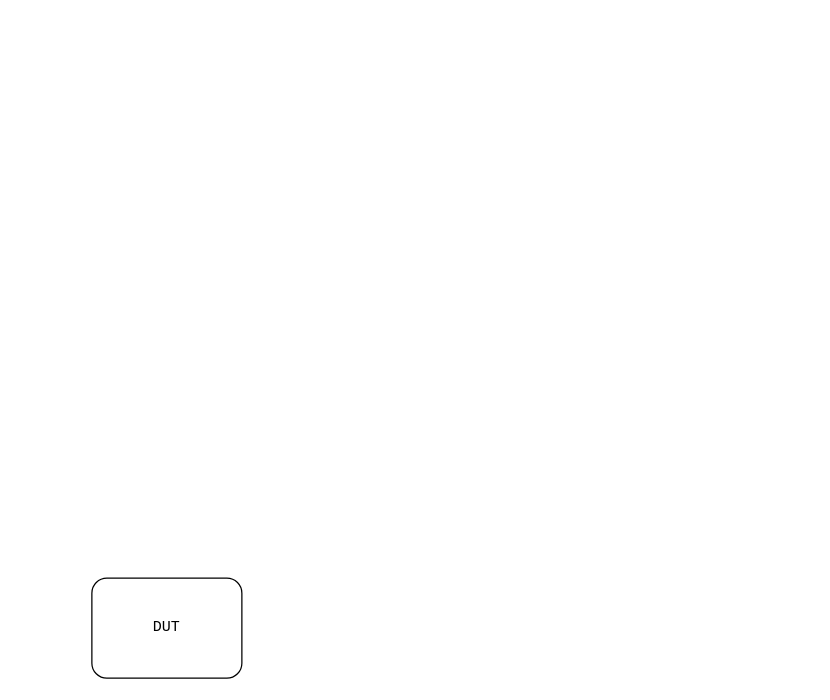
Above: page "Page-2" (2 of 2) of docs/guide/media/avalon-st.drawio in yarko18/fpga-verification (draw.io), before the change. Source tidied: cells renumbered, new cells numbered last; positions are measured from the earlier drawing's top-left corner, leaving out a move shared by most shapes. Both pictures are drawn from the tidied source at 125%, with x=0, y=0 at pixel (91, 578).
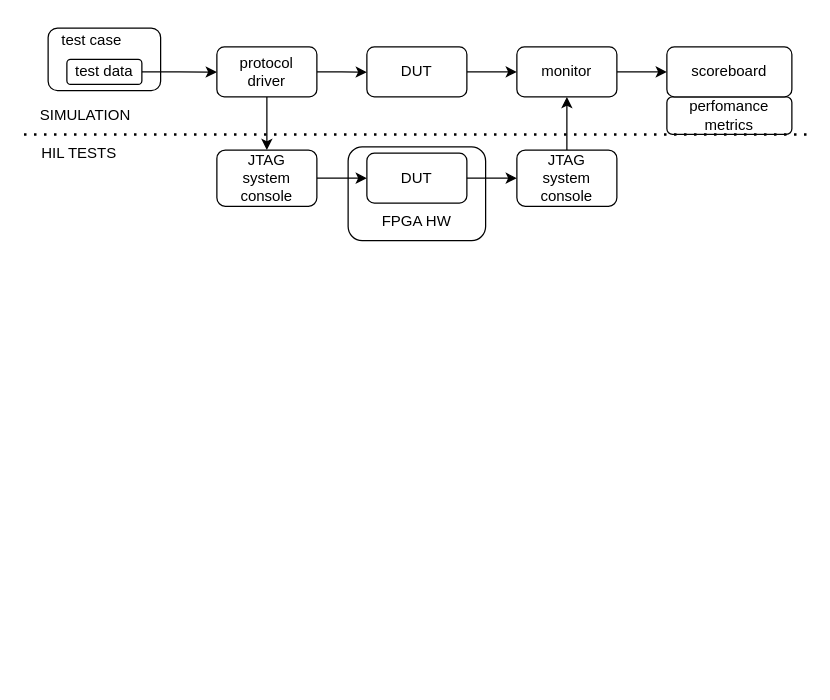
After the change.

Change to the diagram source:
```diff
@@
-    <mxCell id="2" value="&lt;pre id=&quot;__code_0&quot;&gt;&lt;code class=&quot;language-text&quot;&gt;&lt;pre id=&quot;__code_0&quot;&gt;DUT&lt;/pre&gt;&lt;/code&gt;&lt;/pre&gt;" style="rounded=1;whiteSpace=wrap;html=1;" parent="1" vertex="1">
-      <mxGeometry width="120" height="80" as="geometry" />
-    </mxCell>
+    <mxCell id="3" value="&lt;div&gt;&lt;br&gt;&lt;/div&gt;&lt;div&gt;&lt;br&gt;&lt;/div&gt;&lt;div&gt;&lt;br&gt;&lt;/div&gt;FPGA HW" style="rounded=1;whiteSpace=wrap;html=1;" parent="1" vertex="1">
+      <mxGeometry x="205" y="-345" width="110" height="75" as="geometry" />
+    </mxCell>
+    <mxCell id="4" style="rounded=1;whiteSpace=wrap;html=1;" parent="1" vertex="1">
+      <mxGeometry x="-35" y="-440" width="90" height="50" as="geometry" />
+    </mxCell>
+    <mxCell id="5" style="edgeStyle=orthogonalEdgeStyle;rounded=0;jettySize=auto;html=1;exitX=1;exitY=0.5;exitDx=0;exitDy=0;" parent="1" edge="1" source="6">
+      <mxGeometry relative="1" as="geometry">
+        <mxPoint x="100" y="-404.8" as="targetPoint" />
+      </mxGeometry>
+    </mxCell>
+    <mxCell id="6" value="test data" style="rounded=1;whiteSpace=wrap;html=1;" parent="1" vertex="1">
+      <mxGeometry x="-20" y="-415" width="60" height="20" as="geometry" />
+    </mxCell>
+    <mxCell id="7" value="test case" style="text;html=1;whiteSpace=wrap;strokeColor=none;fillColor=none;align=center;verticalAlign=middle;rounded=0;" parent="1" vertex="1">
+      <mxGeometry x="-30" y="-445" width="60" height="30" as="geometry" />
+    </mxCell>
+    <mxCell id="8" style="edgeStyle=orthogonalEdgeStyle;rounded=0;jettySize=auto;html=1;exitX=1;exitY=0.5;exitDx=0;exitDy=0;" parent="1" edge="1" source="9">
+      <mxGeometry relative="1" as="geometry">
+        <mxPoint x="220" y="-404.8" as="targetPoint" />
+      </mxGeometry>
+    </mxCell>
+    <mxCell id="9" value="protocol&lt;div&gt;driver&lt;/div&gt;" style="rounded=1;whiteSpace=wrap;html=1;" parent="1" vertex="1">
+      <mxGeometry x="100" y="-425" width="80" height="40" as="geometry" />
+    </mxCell>
+    <mxCell id="10" style="edgeStyle=orthogonalEdgeStyle;rounded=0;jettySize=auto;html=1;exitX=1;exitY=0.5;exitDx=0;exitDy=0;entryX=0;entryY=0.5;entryDx=0;entryDy=0;" parent="1" edge="1" source="11" target="13">
+      <mxGeometry relative="1" as="geometry" />
+    </mxCell>
+    <mxCell id="11" value="DUT" style="rounded=1;whiteSpace=wrap;html=1;" parent="1" vertex="1">
+      <mxGeometry x="220" y="-425" width="80" height="40" as="geometry" />
+    </mxCell>
+    <mxCell id="12" style="edgeStyle=orthogonalEdgeStyle;rounded=0;jettySize=auto;html=1;exitX=1;exitY=0.5;exitDx=0;exitDy=0;entryX=0;entryY=0.5;entryDx=0;entryDy=0;" parent="1" edge="1" source="13">
+      <mxGeometry relative="1" as="geometry">
+        <mxPoint x="460" y="-405" as="targetPoint" />
+      </mxGeometry>
+    </mxCell>
+    <mxCell id="13" value="monitor" style="rounded=1;whiteSpace=wrap;html=1;" parent="1" vertex="1">
+      <mxGeometry x="340" y="-425" width="80" height="40" as="geometry" />
+    </mxCell>
+    <mxCell id="14" value="perfomance metrics" style="rounded=1;whiteSpace=wrap;html=1;" parent="1" vertex="1">
+      <mxGeometry x="460" y="-385" width="100" height="30" as="geometry" />
+    </mxCell>
+    <mxCell id="15" value="scoreboard" style="rounded=1;whiteSpace=wrap;html=1;" parent="1" vertex="1">
+      <mxGeometry x="460" y="-425" width="100" height="40" as="geometry" />
+    </mxCell>
+    <mxCell id="16" style="edgeStyle=orthogonalEdgeStyle;rounded=0;jettySize=auto;html=1;entryX=0.5;entryY=0;entryDx=0;entryDy=0;" parent="1" edge="1" source="9" target="18">
+      <mxGeometry relative="1" as="geometry" />
+    </mxCell>
+    <mxCell id="17" style="edgeStyle=orthogonalEdgeStyle;rounded=0;jettySize=auto;html=1;exitX=1;exitY=0.5;exitDx=0;exitDy=0;entryX=0;entryY=0.5;entryDx=0;entryDy=0;" parent="1" edge="1" source="18" target="19">
+      <mxGeometry relative="1" as="geometry" />
+    </mxCell>
+    <mxCell id="18" value="JTAG&lt;div&gt;system console&lt;/div&gt;" style="rounded=1;whiteSpace=wrap;html=1;" parent="1" vertex="1">
+      <mxGeometry x="100" y="-342.5" width="80" height="45" as="geometry" />
+    </mxCell>
+    <mxCell id="19" value="DUT" style="rounded=1;whiteSpace=wrap;html=1;" parent="1" vertex="1">
+      <mxGeometry x="220" y="-340" width="80" height="40" as="geometry" />
+    </mxCell>
+    <mxCell id="20" style="edgeStyle=orthogonalEdgeStyle;rounded=0;jettySize=auto;html=1;exitX=1;exitY=0.5;exitDx=0;exitDy=0;entryX=0;entryY=0.5;entryDx=0;entryDy=0;" parent="1" edge="1" source="19" target="22">
+      <mxGeometry relative="1" as="geometry" />
+    </mxCell>
+    <mxCell id="21" style="edgeStyle=orthogonalEdgeStyle;rounded=0;jettySize=auto;html=1;exitX=0.5;exitY=0;exitDx=0;exitDy=0;entryX=0.5;entryY=1;entryDx=0;entryDy=0;" parent="1" edge="1" source="22" target="13">
+      <mxGeometry relative="1" as="geometry" />
+    </mxCell>
+    <mxCell id="22" value="JTAG&lt;div&gt;system console&lt;/div&gt;" style="rounded=1;whiteSpace=wrap;html=1;" parent="1" vertex="1">
+      <mxGeometry x="340" y="-342.5" width="80" height="45" as="geometry" />
+    </mxCell>
+    <mxCell id="23" style="endArrow=none;dashed=1;html=1;dashPattern=1 3;strokeWidth=2;rounded=0;" parent="1" edge="1">
+      <mxGeometry relative="1" as="geometry">
+        <mxPoint x="571.7" y="-355" as="sourcePoint" />
+        <mxPoint x="-55" y="-355" as="targetPoint" />
+      </mxGeometry>
+    </mxCell>
+    <mxCell id="24" value="HIL TESTS" style="text;html=1;whiteSpace=wrap;strokeColor=none;fillColor=none;align=center;verticalAlign=middle;rounded=0;" parent="1" vertex="1">
+      <mxGeometry x="-50" y="-355" width="80" height="30" as="geometry" />
+    </mxCell>
+    <mxCell id="25" value="SIMULATION" style="text;html=1;whiteSpace=wrap;strokeColor=none;fillColor=none;align=center;verticalAlign=middle;rounded=0;" parent="1" vertex="1">
+      <mxGeometry x="-35" y="-385" width="60" height="30" as="geometry" />
+    </mxCell>
```
